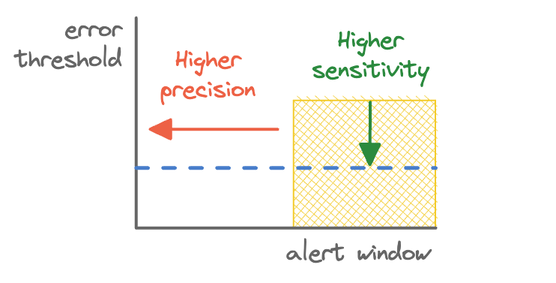
This is public/assets/alerting/adjustments.png from ThomWright/ThomWright.github.io, a Excalidraw export, as it was before one commit. Source tidied: one line per element, renumbered; positions are measured from the earlier drawing's top-left corner, leaving out a move shared by most shapes.
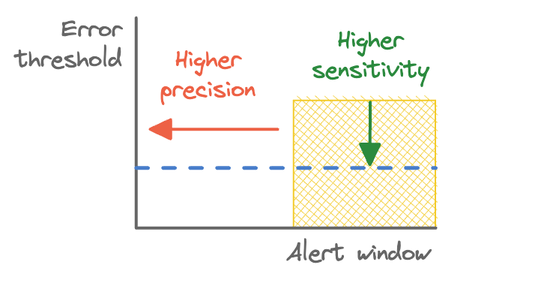
The same diagram one commit later.

Commit message:
Fix adjustments diagram

What changed in the source:
```diff
@@ -5,7 +5,7 @@
 {"id": 4, "type": "arrow", "strokeColor": "#ed6145", "backgroundColor": "white", "fillStyle": "solid", "strokeWidth": 2, "roughness": 0, "startArrowhead": "triangle", "to": 0, "x": 90, "y": 76, "width": 85, "height": 0, "points": [[0, 0], [85, 0]]}
 {"id": 5, "type": "text", "text": "Higher\nprecision", "strokeColor": "#ed6145", "backgroundColor": "white", "fillStyle": "solid", "strokeWidth": 2, "roughness": 0, "fontSize": 16, "fontFamily": 1, "textAlign": "center", "x": 97, "y": 20, "width": 64, "height": 40}
 {"id": 6, "type": "text", "text": "Higher\nsensitivity", "strokeColor": "#2b8a3e", "backgroundColor": "white", "fillStyle": "solid", "strokeWidth": 2, "roughness": 0, "fontSize": 16, "fontFamily": 1, "textAlign": "center", "x": 198, "y": 7, "width": 78, "height": 40}
-{"id": 7, "type": "text", "text": "alert window", "strokeColor": "#666", "backgroundColor": "white", "fillStyle": "solid", "strokeWidth": 2, "roughness": 0, "fontSize": 16, "fontFamily": 1, "textAlign": "center", "x": 181, "y": 149, "width": 96, "height": 20}
+{"id": 7, "type": "text", "text": "Alert window", "strokeColor": "#666", "backgroundColor": "white", "fillStyle": "solid", "strokeWidth": 2, "roughness": 0, "fontSize": 16, "fontFamily": 1, "textAlign": "center", "x": 181, "y": 149, "width": 96, "height": 20}
-{"id": 8, "type": "text", "text": "error\nthreshold", "strokeColor": "#666", "backgroundColor": "white", "fillStyle": "solid", "strokeWidth": 2, "roughness": 0, "fontSize": 16, "fontFamily": 1, "textAlign": "right", "x": 0, "y": 0, "width": 71, "height": 40}
+{"id": 8, "type": "text", "text": "Error\nthreshold", "strokeColor": "#666", "backgroundColor": "white", "fillStyle": "solid", "strokeWidth": 2, "roughness": 0, "fontSize": 16, "fontFamily": 1, "textAlign": "right", "x": 0, "y": 0, "width": 71, "height": 40}
 {"id": 9, "type": "arrow", "strokeColor": "#2b8a3e", "backgroundColor": "white", "fillStyle": "solid", "strokeWidth": 2, "roughness": 0, "endArrowhead": "triangle", "from": 6, "x": 237, "y": 58, "width": 0, "height": 42, "points": [[0, 0], [0, 42]]}
 {"id": 10, "type": "rectangle", "strokeColor": "#ed6145", "backgroundColor": "white", "fillStyle": "solid", "strokeWidth": 2, "roughness": 0, "opacity": 0, "x": 297, "y": 3, "width": 55, "height": 137}
```
